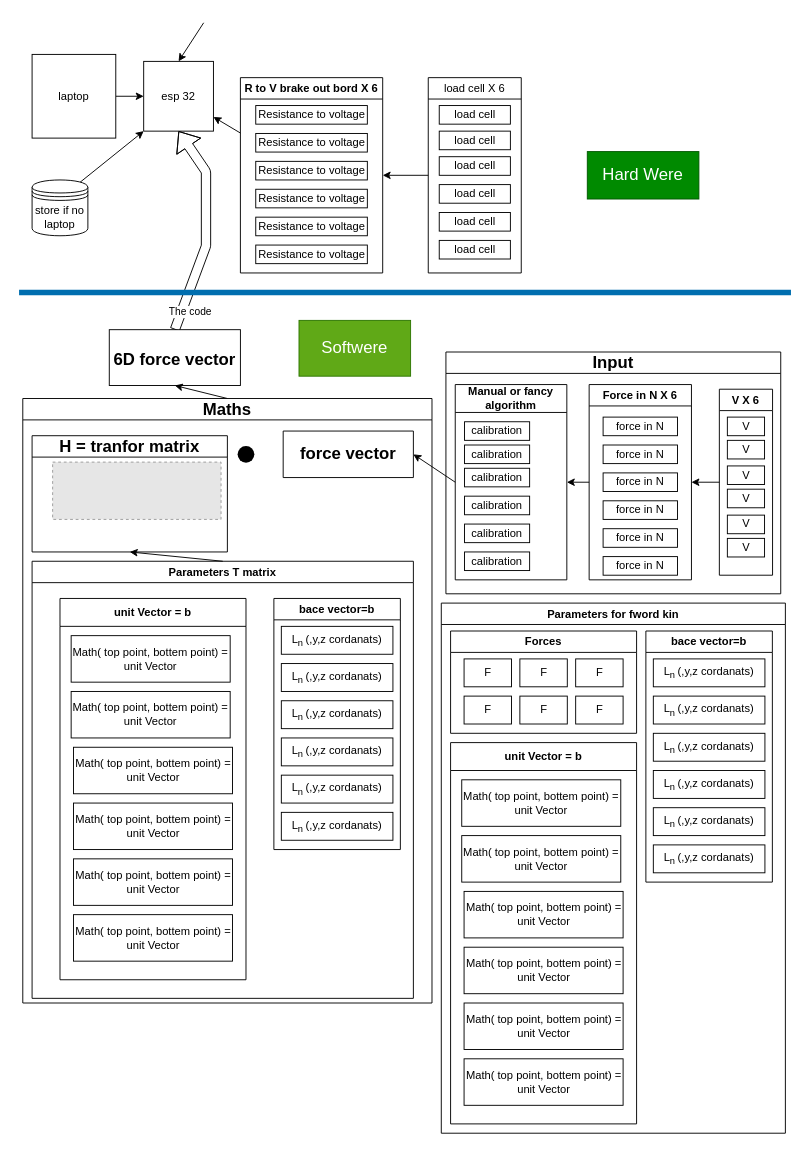
Above: code/test loop to ingrate in var ristors/plan.drawio in freddygaffey/6-DOF-load-cell-based-off-stewart-platform (draw.io), before the change. Source tidied: cells renumbered, new cells numbered last; positions are measured from the earlier drawing's top-left corner, leaving out a move shared by most shapes. Both pictures are drawn from the tidied source at 93%, with x=0, y=0 at pixel (19, 22). Pictures stored in the file or linked from it are replaced by grey dashed boxes.
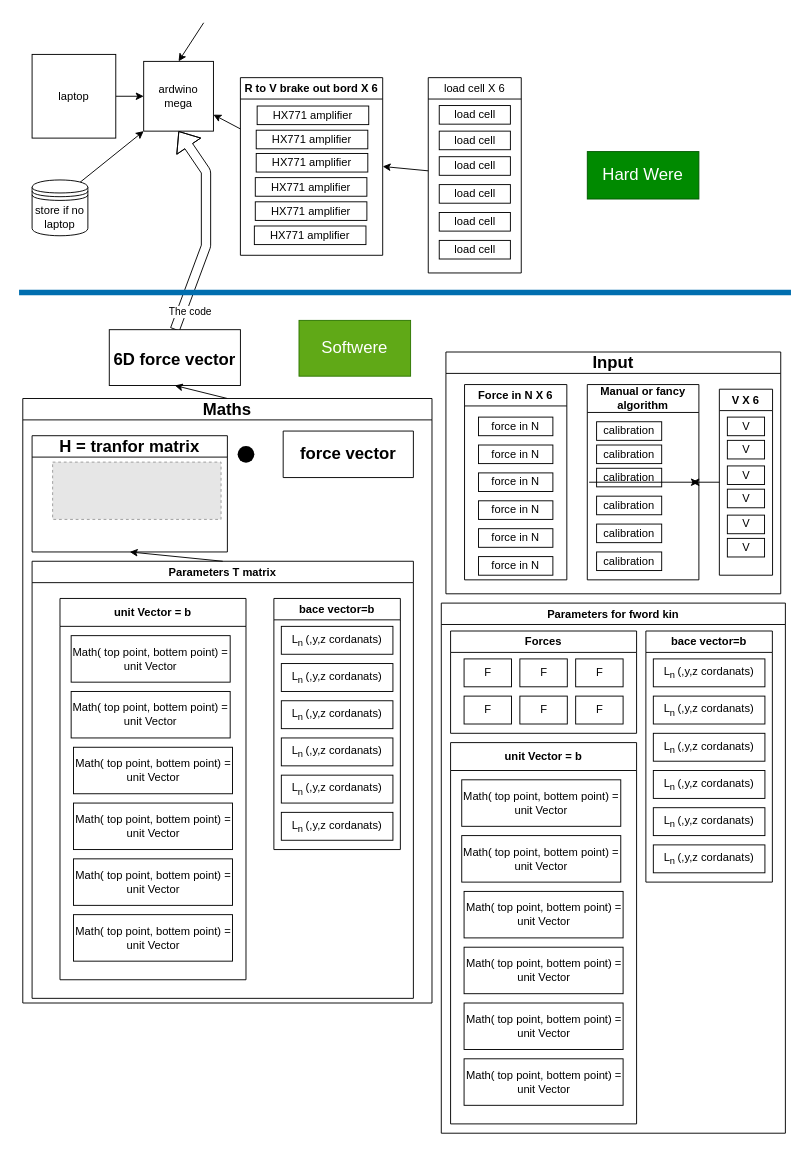
The same page after the edit.

The change refers to these unchanged cells:
```xml
<mxCell id="53" value="force vector" style="swimlane;whiteSpace=wrap;html=1;strokeColor=default;fontFamily=Helvetica;fontSize=18;fontColor=default;fillColor=default;startSize=50;" parent="50" vertex="1" collapsed="1">
  <mxGeometry x="280" y="35" width="140" height="50" as="geometry" />
</mxCell>
<mxCell id="71" value="Input" style="swimlane;whiteSpace=wrap;html=1;strokeColor=default;fontFamily=Helvetica;fontSize=18;fontColor=default;fillColor=default;" parent="1" vertex="1">
  <mxGeometry x="459" y="354" width="360" height="260" as="geometry" />
</mxCell>
<mxCell id="88" value="V X 6" style="swimlane;whiteSpace=wrap;html=1;strokeColor=default;fontFamily=Helvetica;fontSize=12;fontColor=default;fillColor=default;" parent="71" vertex="1">
  <mxGeometry x="294" y="40" width="57.2" height="200" as="geometry" />
</mxCell>
```

Change to the diagram source:
```diff
@@
-    <mxCell id="4" value="esp 32" style="whiteSpace=wrap;html=1;direction=south;" parent="1" vertex="1">
+    <mxCell id="4" value="ardwino mega" style="whiteSpace=wrap;html=1;direction=south;" parent="1" vertex="1">
       <mxGeometry x="134" y="41.5" width="75" height="75" as="geometry" />
     </mxCell>
@@
-    <mxCell id="9" style="edgeStyle=none;html=1;exitX=0;exitY=0.5;exitDx=0;exitDy=0;entryX=1;entryY=0.5;entryDx=0;entryDy=0;fontFamily=Helvetica;fontSize=18;fontColor=default;" parent="1" edge="1" source="72" target="53">
-      <mxGeometry relative="1" as="geometry" />
-    </mxCell>
@@
     <mxCell id="12" value="R to V brake out bord X 6" style="swimlane;whiteSpace=wrap;html=1;strokeColor=default;fontFamily=Helvetica;fontSize=12;fontColor=default;fillColor=default;" parent="1" vertex="1">
-      <mxGeometry x="238" y="59" width="153" height="210" as="geometry" />
+      <mxGeometry x="238" y="59" width="153" height="191" as="geometry" />
     </mxCell>
-    <mxCell id="13" value="Resistance to voltage" style="whiteSpace=wrap;html=1;direction=west;" parent="12" vertex="1">
-      <mxGeometry x="16.5" y="30" width="120" height="20" as="geometry" />
-    </mxCell>
-    <mxCell id="14" value="Resistance to voltage" style="whiteSpace=wrap;html=1;direction=west;" parent="12" vertex="1">
-      <mxGeometry x="16.5" y="60" width="120" height="20" as="geometry" />
-    </mxCell>
-    <mxCell id="15" value="Resistance to voltage" style="whiteSpace=wrap;html=1;direction=west;" parent="12" vertex="1">
-      <mxGeometry x="16.5" y="90" width="120" height="20" as="geometry" />
-    </mxCell>
-    <mxCell id="16" value="Resistance to voltage" style="whiteSpace=wrap;html=1;direction=west;" parent="12" vertex="1">
-      <mxGeometry x="16.5" y="120" width="120" height="20" as="geometry" />
-    </mxCell>
-    <mxCell id="17" value="Resistance to voltage" style="whiteSpace=wrap;html=1;direction=west;" parent="12" vertex="1">
-      <mxGeometry x="16.5" y="150" width="120" height="20" as="geometry" />
-    </mxCell>
-    <mxCell id="18" value="Resistance to voltage" style="whiteSpace=wrap;html=1;direction=west;" parent="12" vertex="1">
-      <mxGeometry x="16.5" y="180" width="120" height="20" as="geometry" />
+    <mxCell id="18" value="HX771 amplifier" style="whiteSpace=wrap;html=1;direction=west;" parent="12" vertex="1">
+      <mxGeometry x="15" y="159.5" width="120" height="20" as="geometry" />
     </mxCell>
+    <mxCell id="99" value="HX771 amplifier" style="whiteSpace=wrap;html=1;direction=west;" parent="12" vertex="1">
+      <mxGeometry x="16" y="107.5" width="120" height="20" as="geometry" />
+    </mxCell>
+    <mxCell id="100" value="HX771 amplifier" style="whiteSpace=wrap;html=1;direction=west;" parent="12" vertex="1">
+      <mxGeometry x="17" y="81.5" width="120" height="20" as="geometry" />
+    </mxCell>
+    <mxCell id="101" value="HX771 amplifier" style="whiteSpace=wrap;html=1;direction=west;" parent="12" vertex="1">
+      <mxGeometry x="17" y="56.5" width="120" height="20" as="geometry" />
+    </mxCell>
+    <mxCell id="102" value="HX771 amplifier" style="whiteSpace=wrap;html=1;direction=west;" parent="12" vertex="1">
+      <mxGeometry x="16" y="133.5" width="120" height="20" as="geometry" />
+    </mxCell>
+    <mxCell id="103" value="HX771 amplifier" style="whiteSpace=wrap;html=1;direction=west;" parent="12" vertex="1">
+      <mxGeometry x="18" y="30.5" width="120" height="20" as="geometry" />
+    </mxCell>
@@
     <mxCell id="72" value="Manual or fancy algorithm" style="swimlane;whiteSpace=wrap;html=1;strokeColor=default;fontFamily=Helvetica;fontSize=12;fontColor=default;fillColor=default;startSize=30;" parent="71" vertex="1">
-      <mxGeometry x="10" y="35" width="120" height="210" as="geometry" />
+      <mxGeometry x="152" y="35" width="120" height="210" as="geometry" />
     </mxCell>
@@
-    <mxCell id="79" style="edgeStyle=none;html=1;exitX=0;exitY=0.5;exitDx=0;exitDy=0;entryX=1;entryY=0.5;entryDx=0;entryDy=0;fontFamily=Helvetica;fontSize=12;fontColor=default;" parent="71" edge="1" source="80" target="72">
-      <mxGeometry relative="1" as="geometry" />
+    <mxCell id="79" style="edgeStyle=none;html=1;exitX=0;exitY=0.5;exitDx=0;exitDy=0;entryX=1;entryY=0.5;entryDx=0;entryDy=0;fontFamily=Helvetica;fontSize=12;fontColor=default;" parent="71" edge="1" target="72">
+      <mxGeometry relative="1" as="geometry">
+        <mxPoint x="154" y="140" as="sourcePoint" />
+      </mxGeometry>
     </mxCell>
-    <mxCell id="80" value="Force in N X 6" style="swimlane;whiteSpace=wrap;html=1;strokeColor=default;fontFamily=Helvetica;fontSize=12;fontColor=default;fillColor=default;" parent="71" vertex="1">
-      <mxGeometry x="154" y="35" width="110" height="210" as="geometry" />
-    </mxCell>
-    <mxCell id="81" value="force in N" style="rounded=0;whiteSpace=wrap;html=1;" parent="80" vertex="1">
-      <mxGeometry x="15" y="35" width="80" height="20" as="geometry" />
-    </mxCell>
-    <mxCell id="82" value="force in N" style="rounded=0;whiteSpace=wrap;html=1;" parent="80" vertex="1">
-      <mxGeometry x="15" y="65" width="80" height="20" as="geometry" />
-    </mxCell>
-    <mxCell id="83" value="force in N" style="rounded=0;whiteSpace=wrap;html=1;" parent="80" vertex="1">
-      <mxGeometry x="15" y="95" width="80" height="20" as="geometry" />
-    </mxCell>
-    <mxCell id="84" value="force in N" style="rounded=0;whiteSpace=wrap;html=1;" parent="80" vertex="1">
-      <mxGeometry x="15" y="125" width="80" height="20" as="geometry" />
-    </mxCell>
-    <mxCell id="85" value="force in N" style="rounded=0;whiteSpace=wrap;html=1;" parent="80" vertex="1">
-      <mxGeometry x="15" y="155" width="80" height="20" as="geometry" />
-    </mxCell>
-    <mxCell id="86" value="force in N" style="rounded=0;whiteSpace=wrap;html=1;" parent="80" vertex="1">
-      <mxGeometry x="15" y="185" width="80" height="20" as="geometry" />
-    </mxCell>
-    <mxCell id="87" style="edgeStyle=none;html=1;exitX=0;exitY=0.5;exitDx=0;exitDy=0;entryX=1;entryY=0.5;entryDx=0;entryDy=0;fontFamily=Helvetica;fontSize=12;fontColor=default;" parent="71" edge="1" source="88" target="80">
-      <mxGeometry relative="1" as="geometry" />
+    <mxCell id="87" style="edgeStyle=none;html=1;exitX=0;exitY=0.5;exitDx=0;exitDy=0;entryX=1;entryY=0.5;entryDx=0;entryDy=0;fontFamily=Helvetica;fontSize=12;fontColor=default;" parent="71" edge="1" source="88">
+      <mxGeometry relative="1" as="geometry">
+        <mxPoint x="264" y="140" as="targetPoint" />
+      </mxGeometry>
     </mxCell>
@@
+    <mxCell id="80" value="Force in N X 6" style="swimlane;whiteSpace=wrap;html=1;strokeColor=default;fontFamily=Helvetica;fontSize=12;fontColor=default;fillColor=default;" parent="71" vertex="1">
+      <mxGeometry x="20" y="35" width="110" height="210" as="geometry" />
+    </mxCell>
+    <mxCell id="81" value="force in N" style="rounded=0;whiteSpace=wrap;html=1;" parent="80" vertex="1">
+      <mxGeometry x="15" y="35" width="80" height="20" as="geometry" />
+    </mxCell>
+    <mxCell id="82" value="force in N" style="rounded=0;whiteSpace=wrap;html=1;" parent="80" vertex="1">
+      <mxGeometry x="15" y="65" width="80" height="20" as="geometry" />
+    </mxCell>
+    <mxCell id="83" value="force in N" style="rounded=0;whiteSpace=wrap;html=1;" parent="80" vertex="1">
+      <mxGeometry x="15" y="95" width="80" height="20" as="geometry" />
+    </mxCell>
+    <mxCell id="84" value="force in N" style="rounded=0;whiteSpace=wrap;html=1;" parent="80" vertex="1">
+      <mxGeometry x="15" y="125" width="80" height="20" as="geometry" />
+    </mxCell>
+    <mxCell id="85" value="force in N" style="rounded=0;whiteSpace=wrap;html=1;" parent="80" vertex="1">
+      <mxGeometry x="15" y="155" width="80" height="20" as="geometry" />
+    </mxCell>
+    <mxCell id="86" value="force in N" style="rounded=0;whiteSpace=wrap;html=1;" parent="80" vertex="1">
+      <mxGeometry x="15" y="185" width="80" height="20" as="geometry" />
+    </mxCell>
```
